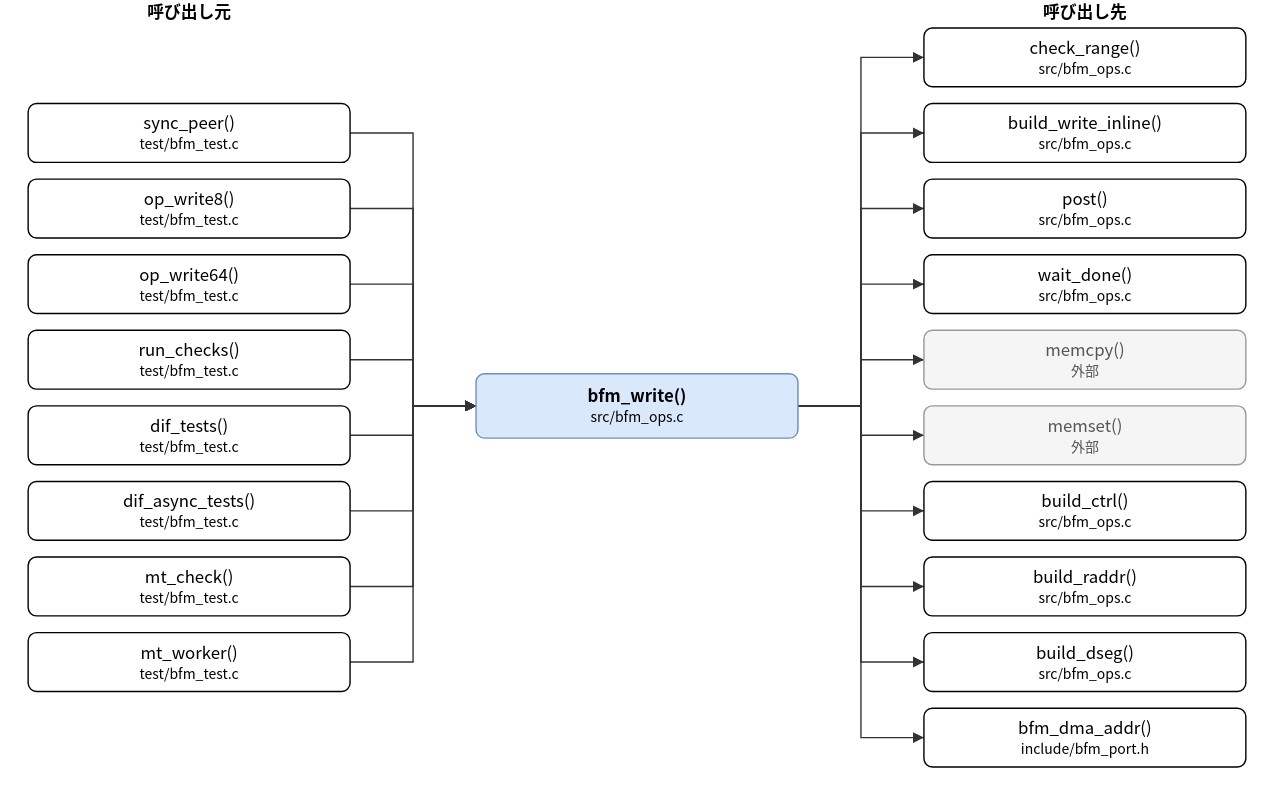
Earlier version of the draw.io export doc/spec/images/call_src_bfm_ops-bfm_write.drawio.svg (hf355051012-ai/bfmem). Source tidied: cells renumbered, new cells last; positions are measured from the earlier drawing's top-left corner, leaving out a move shared by most shapes.
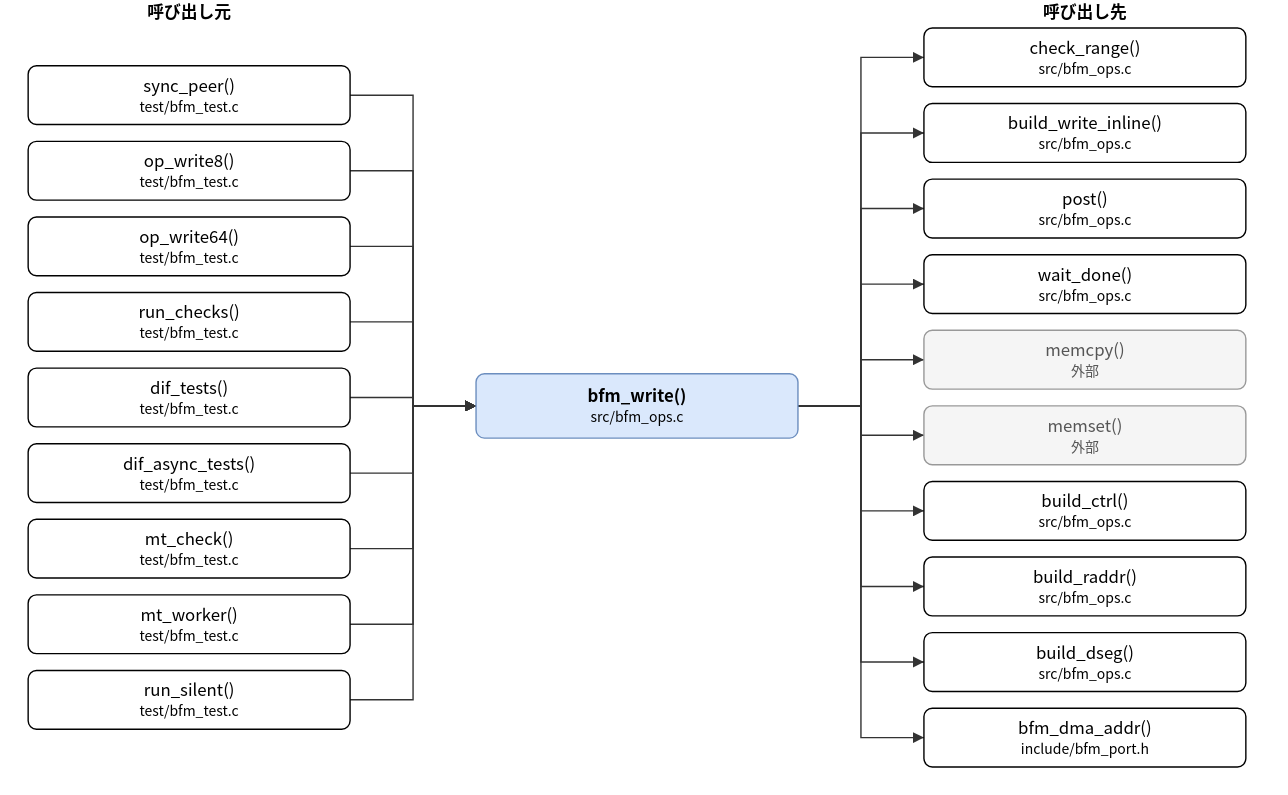
Later version of the same file.

Change to the diagram source:
```diff
@@ -6,29 +6,32 @@
       <mxGeometry x="320" y="267" width="230" height="46" as="geometry" />
     </mxCell>
     <mxCell id="3" value="sync_peer()&lt;br&gt;&lt;font style=&quot;font-size:10px&quot;&gt;test/bfm_test.c&lt;/font&gt;" style="rounded=1;whiteSpace=wrap;html=1;" parent="1" vertex="1">
-      <mxGeometry y="74" width="230" height="42" as="geometry" />
+      <mxGeometry y="47" width="230" height="42" as="geometry" />
     </mxCell>
     <mxCell id="4" value="op_write8()&lt;br&gt;&lt;font style=&quot;font-size:10px&quot;&gt;test/bfm_test.c&lt;/font&gt;" style="rounded=1;whiteSpace=wrap;html=1;" parent="1" vertex="1">
-      <mxGeometry y="128" width="230" height="42" as="geometry" />
+      <mxGeometry y="101" width="230" height="42" as="geometry" />
     </mxCell>
     <mxCell id="5" value="op_write64()&lt;br&gt;&lt;font style=&quot;font-size:10px&quot;&gt;test/bfm_test.c&lt;/font&gt;" style="rounded=1;whiteSpace=wrap;html=1;" parent="1" vertex="1">
-      <mxGeometry y="182" width="230" height="42" as="geometry" />
+      <mxGeometry y="155" width="230" height="42" as="geometry" />
     </mxCell>
     <mxCell id="6" value="run_checks()&lt;br&gt;&lt;font style=&quot;font-size:10px&quot;&gt;test/bfm_test.c&lt;/font&gt;" style="rounded=1;whiteSpace=wrap;html=1;" parent="1" vertex="1">
-      <mxGeometry y="236" width="230" height="42" as="geometry" />
+      <mxGeometry y="209" width="230" height="42" as="geometry" />
     </mxCell>
     <mxCell id="7" value="dif_tests()&lt;br&gt;&lt;font style=&quot;font-size:10px&quot;&gt;test/bfm_test.c&lt;/font&gt;" style="rounded=1;whiteSpace=wrap;html=1;" parent="1" vertex="1">
-      <mxGeometry y="290" width="230" height="42" as="geometry" />
+      <mxGeometry y="263" width="230" height="42" as="geometry" />
     </mxCell>
     <mxCell id="8" value="dif_async_tests()&lt;br&gt;&lt;font style=&quot;font-size:10px&quot;&gt;test/bfm_test.c&lt;/font&gt;" style="rounded=1;whiteSpace=wrap;html=1;" parent="1" vertex="1">
-      <mxGeometry y="344" width="230" height="42" as="geometry" />
+      <mxGeometry y="317" width="230" height="42" as="geometry" />
     </mxCell>
     <mxCell id="9" value="mt_check()&lt;br&gt;&lt;font style=&quot;font-size:10px&quot;&gt;test/bfm_test.c&lt;/font&gt;" style="rounded=1;whiteSpace=wrap;html=1;" parent="1" vertex="1">
-      <mxGeometry y="398" width="230" height="42" as="geometry" />
+      <mxGeometry y="371" width="230" height="42" as="geometry" />
     </mxCell>
     <mxCell id="10" value="mt_worker()&lt;br&gt;&lt;font style=&quot;font-size:10px&quot;&gt;test/bfm_test.c&lt;/font&gt;" style="rounded=1;whiteSpace=wrap;html=1;" parent="1" vertex="1">
-      <mxGeometry y="452" width="230" height="42" as="geometry" />
+      <mxGeometry y="425" width="230" height="42" as="geometry" />
     </mxCell>
+    <mxCell id="41" value="run_silent()&lt;br&gt;&lt;font style=&quot;font-size:10px&quot;&gt;test/bfm_test.c&lt;/font&gt;" style="rounded=1;whiteSpace=wrap;html=1;" parent="1" vertex="1">
+      <mxGeometry y="479" width="230" height="42" as="geometry" />
+    </mxCell>
     <mxCell id="11" value="check_range()&lt;br&gt;&lt;font style=&quot;font-size:10px&quot;&gt;src/bfm_ops.c&lt;/font&gt;" style="rounded=1;whiteSpace=wrap;html=1;" parent="1" vertex="1">
       <mxGeometry x="640" y="20" width="230" height="42" as="geometry" />
     </mxCell>
@@ -62,7 +65,7 @@
     <mxCell id="21" style="edgeStyle=none;html=1;rounded=0;endArrow=block;endFill=1;exitX=1.0000;exitY=0.5000;exitDx=0;exitDy=0;exitPerimeter=0;entryX=0.0000;entryY=0.5000;entryDx=0;entryDy=0;entryPerimeter=0;" parent="1" edge="1" source="3" target="2">
       <mxGeometry relative="1" as="geometry">
         <Array as="points">
-          <mxPoint x="275" y="95" />
+          <mxPoint x="275" y="68" />
           <mxPoint x="275" y="290" />
         </Array>
       </mxGeometry>
@@ -70,7 +73,7 @@
     <mxCell id="22" style="edgeStyle=none;html=1;rounded=0;endArrow=block;endFill=1;exitX=1.0000;exitY=0.5000;exitDx=0;exitDy=0;exitPerimeter=0;entryX=0.0000;entryY=0.5000;entryDx=0;entryDy=0;entryPerimeter=0;" parent="1" edge="1" source="4" target="2">
       <mxGeometry relative="1" as="geometry">
         <Array as="points">
-          <mxPoint x="275" y="149" />
+          <mxPoint x="275" y="122" />
           <mxPoint x="275" y="290" />
         </Array>
       </mxGeometry>
@@ -78,7 +81,7 @@
     <mxCell id="23" style="edgeStyle=none;html=1;rounded=0;endArrow=block;endFill=1;exitX=1.0000;exitY=0.5000;exitDx=0;exitDy=0;exitPerimeter=0;entryX=0.0000;entryY=0.5000;entryDx=0;entryDy=0;entryPerimeter=0;" parent="1" edge="1" source="5" target="2">
       <mxGeometry relative="1" as="geometry">
         <Array as="points">
-          <mxPoint x="275" y="203" />
+          <mxPoint x="275" y="176" />
           <mxPoint x="275" y="290" />
         </Array>
       </mxGeometry>
@@ -86,7 +89,7 @@
     <mxCell id="24" style="edgeStyle=none;html=1;rounded=0;endArrow=block;endFill=1;exitX=1.0000;exitY=0.5000;exitDx=0;exitDy=0;exitPerimeter=0;entryX=0.0000;entryY=0.5000;entryDx=0;entryDy=0;entryPerimeter=0;" parent="1" edge="1" source="6" target="2">
       <mxGeometry relative="1" as="geometry">
         <Array as="points">
-          <mxPoint x="275" y="257" />
+          <mxPoint x="275" y="230" />
           <mxPoint x="275" y="290" />
         </Array>
       </mxGeometry>
@@ -94,7 +97,7 @@
     <mxCell id="25" style="edgeStyle=none;html=1;rounded=0;endArrow=block;endFill=1;exitX=1.0000;exitY=0.5000;exitDx=0;exitDy=0;exitPerimeter=0;entryX=0.0000;entryY=0.5000;entryDx=0;entryDy=0;entryPerimeter=0;" parent="1" edge="1" source="7" target="2">
       <mxGeometry relative="1" as="geometry">
         <Array as="points">
-          <mxPoint x="275" y="311" />
+          <mxPoint x="275" y="284" />
           <mxPoint x="275" y="290" />
         </Array>
       </mxGeometry>
@@ -102,7 +105,7 @@
     <mxCell id="26" style="edgeStyle=none;html=1;rounded=0;endArrow=block;endFill=1;exitX=1.0000;exitY=0.5000;exitDx=0;exitDy=0;exitPerimeter=0;entryX=0.0000;entryY=0.5000;entryDx=0;entryDy=0;entryPerimeter=0;" parent="1" edge="1" source="8" target="2">
       <mxGeometry relative="1" as="geometry">
         <Array as="points">
-          <mxPoint x="275" y="365" />
+          <mxPoint x="275" y="338" />
           <mxPoint x="275" y="290" />
         </Array>
       </mxGeometry>
@@ -110,7 +113,7 @@
     <mxCell id="27" style="edgeStyle=none;html=1;rounded=0;endArrow=block;endFill=1;exitX=1.0000;exitY=0.5000;exitDx=0;exitDy=0;exitPerimeter=0;entryX=0.0000;entryY=0.5000;entryDx=0;entryDy=0;entryPerimeter=0;" parent="1" edge="1" source="9" target="2">
       <mxGeometry relative="1" as="geometry">
         <Array as="points">
-          <mxPoint x="275" y="419" />
+          <mxPoint x="275" y="392" />
           <mxPoint x="275" y="290" />
         </Array>
       </mxGeometry>
@@ -118,91 +121,99 @@
     <mxCell id="28" style="edgeStyle=none;html=1;rounded=0;endArrow=block;endFill=1;exitX=1.0000;exitY=0.5000;exitDx=0;exitDy=0;exitPerimeter=0;entryX=0.0000;entryY=0.5000;entryDx=0;entryDy=0;entryPerimeter=0;" parent="1" edge="1" source="10" target="2">
       <mxGeometry relative="1" as="geometry">
         <Array as="points">
-          <mxPoint x="275" y="473" />
+          <mxPoint x="275" y="446" />
           <mxPoint x="275" y="290" />
         </Array>
       </mxGeometry>
     </mxCell>
-    <mxCell id="29" style="edgeStyle=none;html=1;rounded=0;endArrow=block;endFill=1;exitX=1.0000;exitY=0.5000;exitDx=0;exitDy=0;exitPerimeter=0;entryX=0.0000;entryY=0.5000;entryDx=0;entryDy=0;entryPerimeter=0;" parent="1" edge="1" source="2" target="11">
+    <mxCell id="29" style="edgeStyle=none;html=1;rounded=0;endArrow=block;endFill=1;exitX=1.0000;exitY=0.5000;exitDx=0;exitDy=0;exitPerimeter=0;entryX=0.0000;entryY=0.5000;entryDx=0;entryDy=0;entryPerimeter=0;" parent="1" edge="1" source="41" target="2">
       <mxGeometry relative="1" as="geometry">
         <Array as="points">
-          <mxPoint x="595" y="290" />
-          <mxPoint x="595" y="41" />
+          <mxPoint x="275" y="500" />
+          <mxPoint x="275" y="290" />
         </Array>
       </mxGeometry>
     </mxCell>
-    <mxCell id="30" style="edgeStyle=none;html=1;rounded=0;endArrow=block;endFill=1;exitX=1.0000;exitY=0.5000;exitDx=0;exitDy=0;exitPerimeter=0;entryX=0.0000;entryY=0.5000;entryDx=0;entryDy=0;entryPerimeter=0;" parent="1" edge="1" source="2" target="12">
+    <mxCell id="30" style="edgeStyle=none;html=1;rounded=0;endArrow=block;endFill=1;exitX=1.0000;exitY=0.5000;exitDx=0;exitDy=0;exitPerimeter=0;entryX=0.0000;entryY=0.5000;entryDx=0;entryDy=0;entryPerimeter=0;" parent="1" edge="1" source="2" target="11">
       <mxGeometry relative="1" as="geometry">
         <Array as="points">
           <mxPoint x="595" y="290" />
-          <mxPoint x="595" y="95" />
+          <mxPoint x="595" y="41" />
         </Array>
       </mxGeometry>
     </mxCell>
-    <mxCell id="31" style="edgeStyle=none;html=1;rounded=0;endArrow=block;endFill=1;exitX=1.0000;exitY=0.5000;exitDx=0;exitDy=0;exitPerimeter=0;entryX=0.0000;entryY=0.5000;entryDx=0;entryDy=0;entryPerimeter=0;" parent="1" edge="1" source="2" target="13">
+    <mxCell id="31" style="edgeStyle=none;html=1;rounded=0;endArrow=block;endFill=1;exitX=1.0000;exitY=0.5000;exitDx=0;exitDy=0;exitPerimeter=0;entryX=0.0000;entryY=0.5000;entryDx=0;entryDy=0;entryPerimeter=0;" parent="1" edge="1" source="2" target="12">
       <mxGeometry relative="1" as="geometry">
         <Array as="points">
           <mxPoint x="595" y="290" />
-          <mxPoint x="595" y="149" />
+          <mxPoint x="595" y="95" />
         </Array>
       </mxGeometry>
     </mxCell>
-    <mxCell id="32" style="edgeStyle=none;html=1;rounded=0;endArrow=block;endFill=1;exitX=1.0000;exitY=0.5000;exitDx=0;exitDy=0;exitPerimeter=0;entryX=0.0000;entryY=0.5000;entryDx=0;entryDy=0;entryPerimeter=0;" parent="1" edge="1" source="2" target="14">
+    <mxCell id="32" style="edgeStyle=none;html=1;rounded=0;endArrow=block;endFill=1;exitX=1.0000;exitY=0.5000;exitDx=0;exitDy=0;exitPerimeter=0;entryX=0.0000;entryY=0.5000;entryDx=0;entryDy=0;entryPerimeter=0;" parent="1" edge="1" source="2" target="13">
       <mxGeometry relative="1" as="geometry">
         <Array as="points">
           <mxPoint x="595" y="290" />
-          <mxPoint x="595" y="203" />
+          <mxPoint x="595" y="149" />
         </Array>
       </mxGeometry>
     </mxCell>
-    <mxCell id="33" style="edgeStyle=none;html=1;rounded=0;endArrow=block;endFill=1;exitX=1.0000;exitY=0.5000;exitDx=0;exitDy=0;exitPerimeter=0;entryX=0.0000;entryY=0.5000;entryDx=0;entryDy=0;entryPerimeter=0;" parent="1" edge="1" source="2" target="15">
+    <mxCell id="33" style="edgeStyle=none;html=1;rounded=0;endArrow=block;endFill=1;exitX=1.0000;exitY=0.5000;exitDx=0;exitDy=0;exitPerimeter=0;entryX=0.0000;entryY=0.5000;entryDx=0;entryDy=0;entryPerimeter=0;" parent="1" edge="1" source="2" target="14">
       <mxGeometry relative="1" as="geometry">
         <Array as="points">
           <mxPoint x="595" y="290" />
-          <mxPoint x="595" y="257" />
+          <mxPoint x="595" y="203" />
         </Array>
       </mxGeometry>
     </mxCell>
-    <mxCell id="34" style="edgeStyle=none;html=1;rounded=0;endArrow=block;endFill=1;exitX=1.0000;exitY=0.5000;exitDx=0;exitDy=0;exitPerimeter=0;entryX=0.0000;entryY=0.5000;entryDx=0;entryDy=0;entryPerimeter=0;" parent="1" edge="1" source="2" target="16">
+    <mxCell id="34" style="edgeStyle=none;html=1;rounded=0;endArrow=block;endFill=1;exitX=1.0000;exitY=0.5000;exitDx=0;exitDy=0;exitPerimeter=0;entryX=0.0000;entryY=0.5000;entryDx=0;entryDy=0;entryPerimeter=0;" parent="1" edge="1" source="2" target="15">
       <mxGeometry relative="1" as="geometry">
         <Array as="points">
           <mxPoint x="595" y="290" />
-          <mxPoint x="595" y="311" />
+          <mxPoint x="595" y="257" />
         </Array>
       </mxGeometry>
     </mxCell>
-    <mxCell id="35" style="edgeStyle=none;html=1;rounded=0;endArrow=block;endFill=1;exitX=1.0000;exitY=0.5000;exitDx=0;exitDy=0;exitPerimeter=0;entryX=0.0000;entryY=0.5000;entryDx=0;entryDy=0;entryPerimeter=0;" parent="1" edge="1" source="2" target="17">
+    <mxCell id="35" style="edgeStyle=none;html=1;rounded=0;endArrow=block;endFill=1;exitX=1.0000;exitY=0.5000;exitDx=0;exitDy=0;exitPerimeter=0;entryX=0.0000;entryY=0.5000;entryDx=0;entryDy=0;entryPerimeter=0;" parent="1" edge="1" source="2" target="16">
       <mxGeometry relative="1" as="geometry">
         <Array as="points">
           <mxPoint x="595" y="290" />
-          <mxPoint x="595" y="365" />
+          <mxPoint x="595" y="311" />
         </Array>
       </mxGeometry>
     </mxCell>
-    <mxCell id="36" style="edgeStyle=none;html=1;rounded=0;endArrow=block;endFill=1;exitX=1.0000;exitY=0.5000;exitDx=0;exitDy=0;exitPerimeter=0;entryX=0.0000;entryY=0.5000;entryDx=0;entryDy=0;entryPerimeter=0;" parent="1" edge="1" source="2" target="18">
+    <mxCell id="36" style="edgeStyle=none;html=1;rounded=0;endArrow=block;endFill=1;exitX=1.0000;exitY=0.5000;exitDx=0;exitDy=0;exitPerimeter=0;entryX=0.0000;entryY=0.5000;entryDx=0;entryDy=0;entryPerimeter=0;" parent="1" edge="1" source="2" target="17">
       <mxGeometry relative="1" as="geometry">
         <Array as="points">
           <mxPoint x="595" y="290" />
-          <mxPoint x="595" y="419" />
+          <mxPoint x="595" y="365" />
         </Array>
       </mxGeometry>
     </mxCell>
-    <mxCell id="37" style="edgeStyle=none;html=1;rounded=0;endArrow=block;endFill=1;exitX=1.0000;exitY=0.5000;exitDx=0;exitDy=0;exitPerimeter=0;entryX=0.0000;entryY=0.5000;entryDx=0;entryDy=0;entryPerimeter=0;" parent="1" edge="1" source="2" target="19">
+    <mxCell id="37" style="edgeStyle=none;html=1;rounded=0;endArrow=block;endFill=1;exitX=1.0000;exitY=0.5000;exitDx=0;exitDy=0;exitPerimeter=0;entryX=0.0000;entryY=0.5000;entryDx=0;entryDy=0;entryPerimeter=0;" parent="1" edge="1" source="2" target="18">
       <mxGeometry relative="1" as="geometry">
         <Array as="points">
           <mxPoint x="595" y="290" />
-          <mxPoint x="595" y="473" />
+          <mxPoint x="595" y="419" />
         </Array>
       </mxGeometry>
     </mxCell>
-    <mxCell id="38" style="edgeStyle=none;html=1;rounded=0;endArrow=block;endFill=1;exitX=1.0000;exitY=0.5000;exitDx=0;exitDy=0;exitPerimeter=0;entryX=0.0000;entryY=0.5000;entryDx=0;entryDy=0;entryPerimeter=0;" parent="1" edge="1" source="2" target="20">
+    <mxCell id="38" style="edgeStyle=none;html=1;rounded=0;endArrow=block;endFill=1;exitX=1.0000;exitY=0.5000;exitDx=0;exitDy=0;exitPerimeter=0;entryX=0.0000;entryY=0.5000;entryDx=0;entryDy=0;entryPerimeter=0;" parent="1" edge="1" source="2" target="19">
       <mxGeometry relative="1" as="geometry">
         <Array as="points">
           <mxPoint x="595" y="290" />
-          <mxPoint x="595" y="527" />
+          <mxPoint x="595" y="473" />
         </Array>
       </mxGeometry>
     </mxCell>
+    <mxCell id="42" style="edgeStyle=none;html=1;rounded=0;endArrow=block;endFill=1;exitX=1.0000;exitY=0.5000;exitDx=0;exitDy=0;exitPerimeter=0;entryX=0.0000;entryY=0.5000;entryDx=0;entryDy=0;entryPerimeter=0;" parent="1" edge="1" source="2" target="20">
+      <mxGeometry relative="1" as="geometry">
+        <Array as="points">
+          <mxPoint x="595" y="290" />
+          <mxPoint x="595" y="527" />
+        </Array>
+      </mxGeometry>
+    </mxCell>
     <mxCell id="39" value="呼び出し元" style="text;html=1;align=center;fontStyle=1;" parent="1" vertex="1">
       <mxGeometry x="35" width="160" height="18" as="geometry" />
     </mxCell>
```
